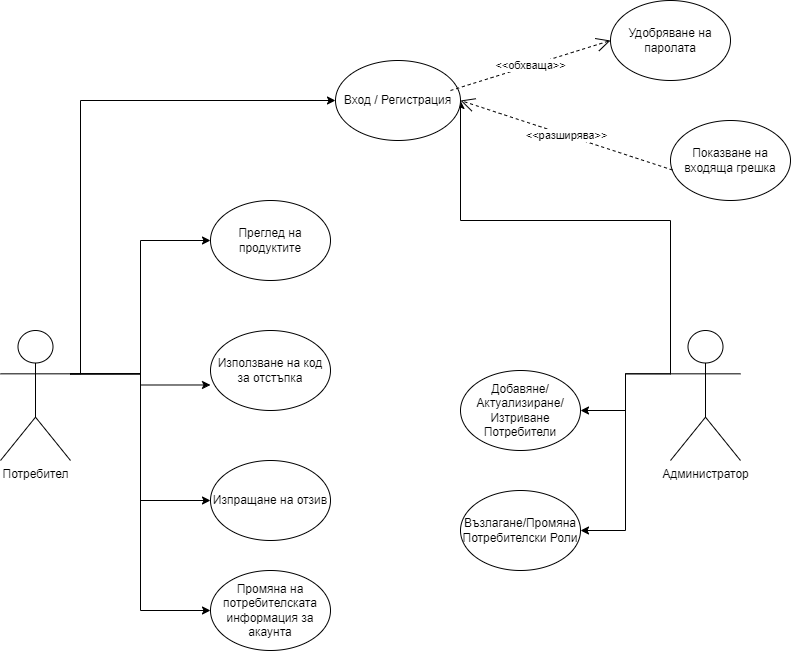
Earlier version of the draw.io export Документация/User case diagram.png (codingburgas/2223-otj-12-project-repo-csharp-VPPetrov18). Source tidied: cells renumbered, new cells last; positions are measured from the earlier drawing's top-left corner, leaving out a move shared by most shapes.
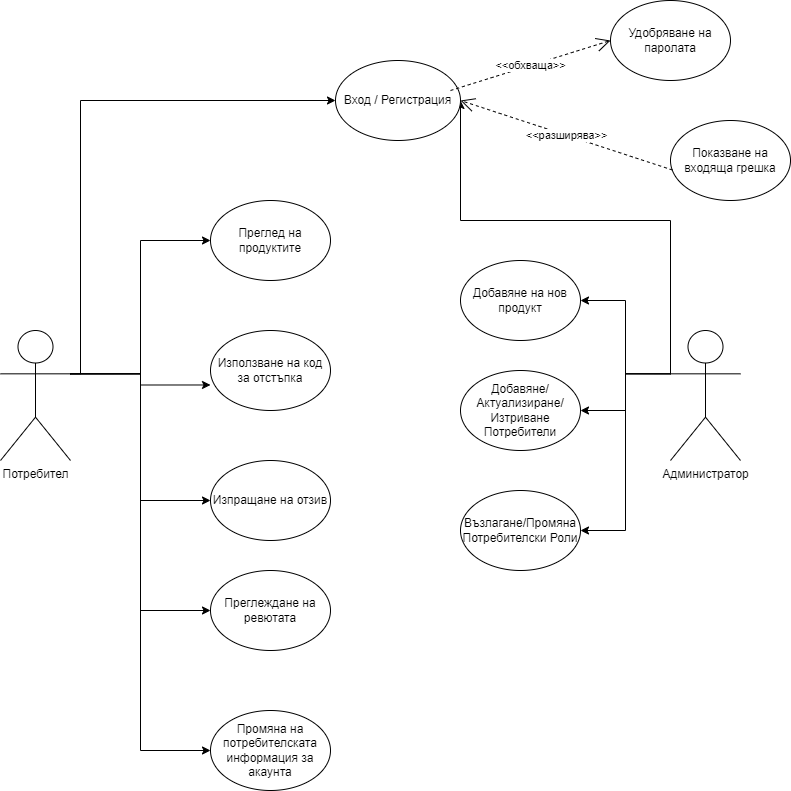
The same file after the commit.

Change to the diagram source:
```diff
@@ -33,6 +33,9 @@
         </Array>
       </mxGeometry>
     </mxCell>
+    <mxCell id="23" style="edgeStyle=orthogonalEdgeStyle;rounded=0;jettySize=auto;html=1;exitX=0;exitY=0.3333333333333333;exitDx=0;exitDy=0;exitPerimeter=0;entryX=1;entryY=0.5;entryDx=0;entryDy=0;" parent="1" edge="1" source="11" target="24">
+      <mxGeometry relative="1" as="geometry" />
+    </mxCell>
     <mxCell id="9" style="edgeStyle=orthogonalEdgeStyle;rounded=0;jettySize=auto;html=1;exitX=0;exitY=0.3333333333333333;exitDx=0;exitDy=0;exitPerimeter=0;entryX=1;entryY=0.5;entryDx=0;entryDy=0;" parent="1" edge="1" source="11" target="18">
       <mxGeometry relative="1" as="geometry" />
     </mxCell>
@@ -60,6 +63,9 @@
     <mxCell id="17" value="Показване на входяща грешка" style="ellipse;whiteSpace=wrap;html=1;" parent="1" vertex="1">
       <mxGeometry x="670" y="120" width="120" height="80" as="geometry" />
     </mxCell>
+    <mxCell id="24" value="Добавяне на нов продукт" style="ellipse;whiteSpace=wrap;html=1;" parent="1" vertex="1">
+      <mxGeometry x="460" y="260" width="120" height="80" as="geometry" />
+    </mxCell>
     <mxCell id="18" value="Добавяне/Актуализиране/Изтриване&lt;br&gt;Потребители" style="ellipse;whiteSpace=wrap;html=1;" parent="1" vertex="1">
       <mxGeometry x="460" y="370" width="120" height="80" as="geometry" />
     </mxCell>
@@ -67,7 +73,7 @@
       <mxGeometry x="460" y="490" width="120" height="80" as="geometry" />
     </mxCell>
     <mxCell id="20" value="Промяна на потребителската информация за акаунта" style="ellipse;whiteSpace=wrap;html=1;" parent="1" vertex="1">
-      <mxGeometry x="210" y="570" width="120" height="80" as="geometry" />
+      <mxGeometry x="210" y="710" width="120" height="80" as="geometry" />
     </mxCell>
     <mxCell id="21" value="&amp;lt;&amp;lt;обхваща&amp;gt;&amp;gt;" style="endArrow=open;endSize=12;dashed=1;html=1;rounded=0;entryX=0;entryY=0.5;entryDx=0;entryDy=0;" parent="1" edge="1" target="16">
       <mxGeometry relative="1" as="geometry">
@@ -77,5 +83,13 @@
     <mxCell id="22" value="&amp;lt;&amp;lt;разширява&amp;gt;&amp;gt;" style="endArrow=open;endSize=12;dashed=1;html=1;rounded=0;exitX=0.017;exitY=0.619;exitDx=0;exitDy=0;exitPerimeter=0;entryX=1;entryY=0.5;entryDx=0;entryDy=0;" parent="1" edge="1" source="17" target="12">
       <mxGeometry relative="1" as="geometry" />
     </mxCell>
+    <mxCell id="25" value="Преглеждане на ревютата" style="ellipse;whiteSpace=wrap;html=1;" parent="1" vertex="1">
+      <mxGeometry x="210" y="570" width="120" height="80" as="geometry" />
+    </mxCell>
+    <mxCell id="26" style="endArrow=classic;html=1;rounded=0;entryX=0;entryY=0.5;entryDx=0;entryDy=0;" parent="1" edge="1" target="25">
+      <mxGeometry relative="1" as="geometry">
+        <mxPoint x="140" y="610" as="sourcePoint" />
+      </mxGeometry>
+    </mxCell>
   </root>
 </mxGraphModel>
```
